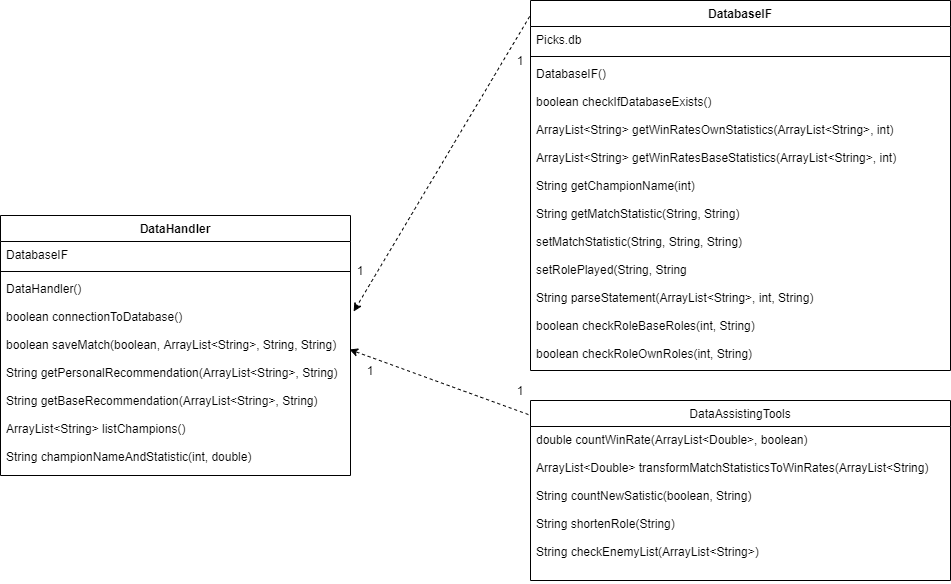
Above: Dokumentaatio/Kuvat/kuva2.png in EgoTastic/LeagueCounterPicker (draw.io), before the change. Source tidied: cells renumbered, new cells last; positions are measured from the earlier drawing's top-left corner, leaving out a move shared by most shapes.
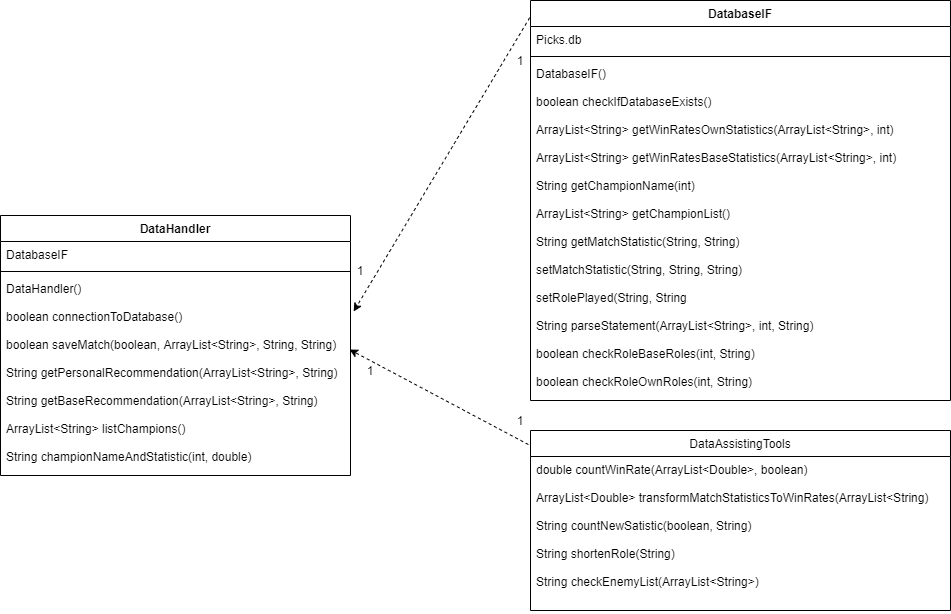
The same diagram one commit later.

Diff of the diagram source:
```diff
@@ -15,7 +15,7 @@
       <mxGeometry y="60" width="350" height="200" as="geometry" />
     </mxCell>
     <mxCell id="6" value="DatabaseIF" style="swimlane;fontStyle=1;align=center;verticalAlign=top;horizontal=1;startSize=26;fontSize=12;" parent="1" vertex="1">
-      <mxGeometry x="530" width="420" height="370" as="geometry" />
+      <mxGeometry x="530" width="420" height="400" as="geometry" />
     </mxCell>
     <mxCell id="7" value="Picks.db" style="text;strokeColor=none;fillColor=none;align=left;verticalAlign=top;spacingLeft=4;spacingRight=4;overflow=hidden;" parent="6" vertex="1">
       <mxGeometry y="26" width="420" height="26" as="geometry" />
@@ -23,11 +23,11 @@
     <mxCell id="8" style="line;strokeWidth=1;fillColor=none;align=left;verticalAlign=middle;spacingTop=-1;spacingLeft=3;spacingRight=3;labelPosition=right;" parent="6" vertex="1">
       <mxGeometry y="52" width="420" height="8" as="geometry" />
     </mxCell>
-    <mxCell id="9" value="DatabaseIF()&#10;&#10;boolean checkIfDatabaseExists()&#10;&#10;ArrayList&lt;String&gt; getWinRatesOwnStatistics(ArrayList&lt;String&gt;, int)&#10;&#10;ArrayList&lt;String&gt; getWinRatesBaseStatistics(ArrayList&lt;String&gt;, int)&#10;&#10;String getChampionName(int)&#10;&#10;String getMatchStatistic(String, String)&#10;&#10;setMatchStatistic(String, String, String)&#10;&#10;setRolePlayed(String, String&#10;&#10;String parseStatement(ArrayList&lt;String&gt;, int, String)&#10;&#10;boolean checkRoleBaseRoles(int, String)&#10;&#10;boolean checkRoleOwnRoles(int, String)" style="text;strokeColor=none;fillColor=none;align=left;verticalAlign=top;spacingLeft=4;spacingRight=4;overflow=hidden;" parent="6" vertex="1">
-      <mxGeometry y="60" width="420" height="310" as="geometry" />
+    <mxCell id="9" value="DatabaseIF()&#10;&#10;boolean checkIfDatabaseExists()&#10;&#10;ArrayList&lt;String&gt; getWinRatesOwnStatistics(ArrayList&lt;String&gt;, int)&#10;&#10;ArrayList&lt;String&gt; getWinRatesBaseStatistics(ArrayList&lt;String&gt;, int)&#10;&#10;String getChampionName(int)&#10;&#10;ArrayList&lt;String&gt; getChampionList()&#10;&#10;String getMatchStatistic(String, String)&#10;&#10;setMatchStatistic(String, String, String)&#10;&#10;setRolePlayed(String, String&#10;&#10;String parseStatement(ArrayList&lt;String&gt;, int, String)&#10;&#10;boolean checkRoleBaseRoles(int, String)&#10;&#10;boolean checkRoleOwnRoles(int, String)" style="text;strokeColor=none;fillColor=none;align=left;verticalAlign=top;spacingLeft=4;spacingRight=4;overflow=hidden;" parent="6" vertex="1">
+      <mxGeometry y="60" width="420" height="340" as="geometry" />
     </mxCell>
     <mxCell id="10" value="DataAssistingTools" style="swimlane;fontStyle=0;horizontal=1;startSize=26;fillColor=none;fontSize=12;" parent="1" vertex="1">
-      <mxGeometry x="530" y="400" width="420" height="180" as="geometry" />
+      <mxGeometry x="530" y="430" width="420" height="180" as="geometry" />
     </mxCell>
     <mxCell id="11" value="double countWinRate(ArrayList&lt;Double&gt;, boolean)&#10;&#10;ArrayList&lt;Double&gt; transformMatchStatisticsToWinRates(ArrayList&lt;String)&#10;&#10;String countNewSatistic(boolean, String)&#10;&#10;String shortenRole(String)&#10;&#10;String checkEnemyList(ArrayList&lt;String&gt;)" style="text;strokeColor=none;fillColor=none;align=left;verticalAlign=top;spacingLeft=4;spacingRight=4;overflow=hidden;" parent="10" vertex="1">
       <mxGeometry y="26" width="420" height="154" as="geometry" />
@@ -48,7 +48,7 @@
       <mxGeometry x="350" y="360" width="40" height="20" as="geometry" />
     </mxCell>
     <mxCell id="17" value="1" style="text;html=1;strokeColor=none;fillColor=none;align=center;verticalAlign=middle;whiteSpace=wrap;rounded=0;fontSize=12;" parent="1" vertex="1">
-      <mxGeometry x="500" y="380" width="40" height="20" as="geometry" />
+      <mxGeometry x="500" y="410" width="40" height="20" as="geometry" />
     </mxCell>
   </root>
 </mxGraphModel>
```
